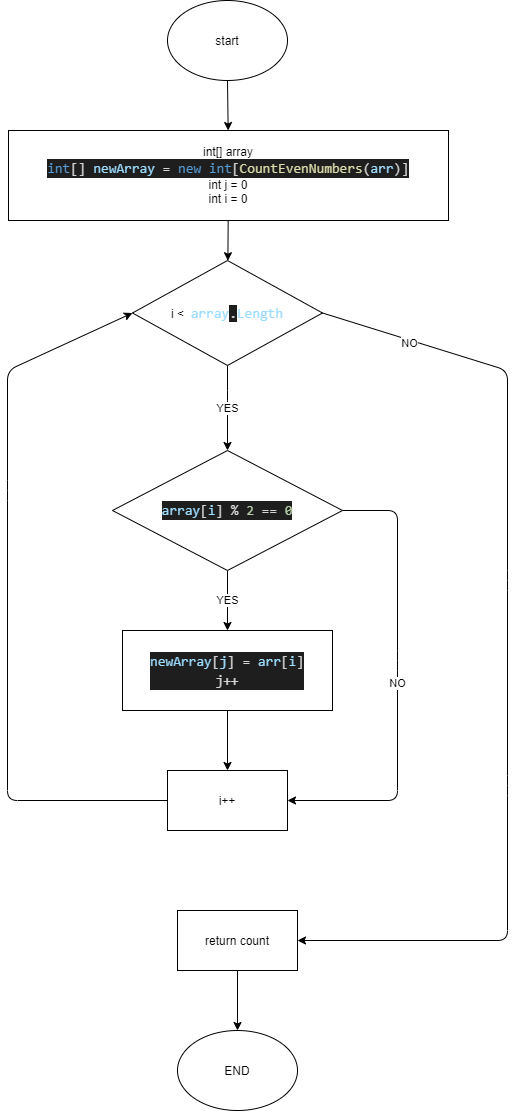
IrekNurtdinov/TestWork keeps this draw.io diagram as EvenNumbersFromArray.drawio.png. Above is the earlier version. Source tidied: cells renumbered, new cells last; positions are measured from the earlier drawing's top-left corner, leaving out a move shared by most shapes.
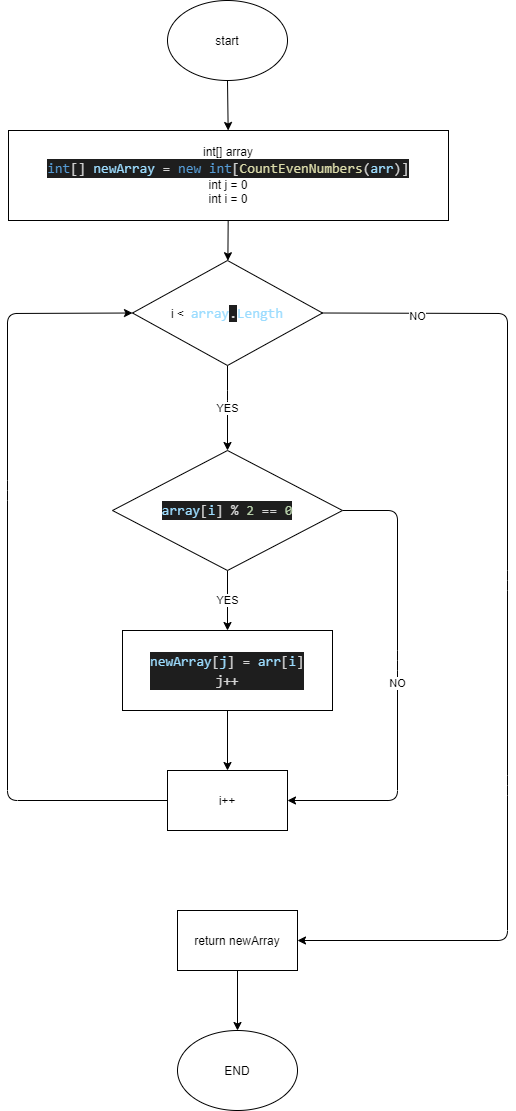
Above is the later version.

Diff of the diagram source:
```diff
@@ -24,7 +24,7 @@
     <mxCell id="7" style="edgeStyle=none;html=1;exitX=1;exitY=0.5;exitDx=0;exitDy=0;entryX=1;entryY=0.5;entryDx=0;entryDy=0;" parent="1" edge="1" source="9" target="19">
       <mxGeometry relative="1" as="geometry">
         <Array as="points">
-          <mxPoint x="500" y="370" />
+          <mxPoint x="500" y="313" />
           <mxPoint x="500" y="580" />
           <mxPoint x="500" y="785" />
           <mxPoint x="500" y="940" />
@@ -45,7 +45,7 @@
         <Array as="points">
           <mxPoint y="800" />
           <mxPoint y="490" />
-          <mxPoint y="370" />
+          <mxPoint y="313" />
         </Array>
       </mxGeometry>
     </mxCell>
@@ -76,7 +76,7 @@
     <mxCell id="18" style="edgeStyle=none;html=1;" parent="1" edge="1" source="19" target="13">
       <mxGeometry relative="1" as="geometry" />
     </mxCell>
-    <mxCell id="19" value="return count" style="rounded=0;whiteSpace=wrap;html=1;" parent="1" vertex="1">
+    <mxCell id="19" value="return newArray" style="rounded=0;whiteSpace=wrap;html=1;" parent="1" vertex="1">
       <mxGeometry x="170" y="910" width="120" height="60" as="geometry" />
     </mxCell>
   </root>
```
